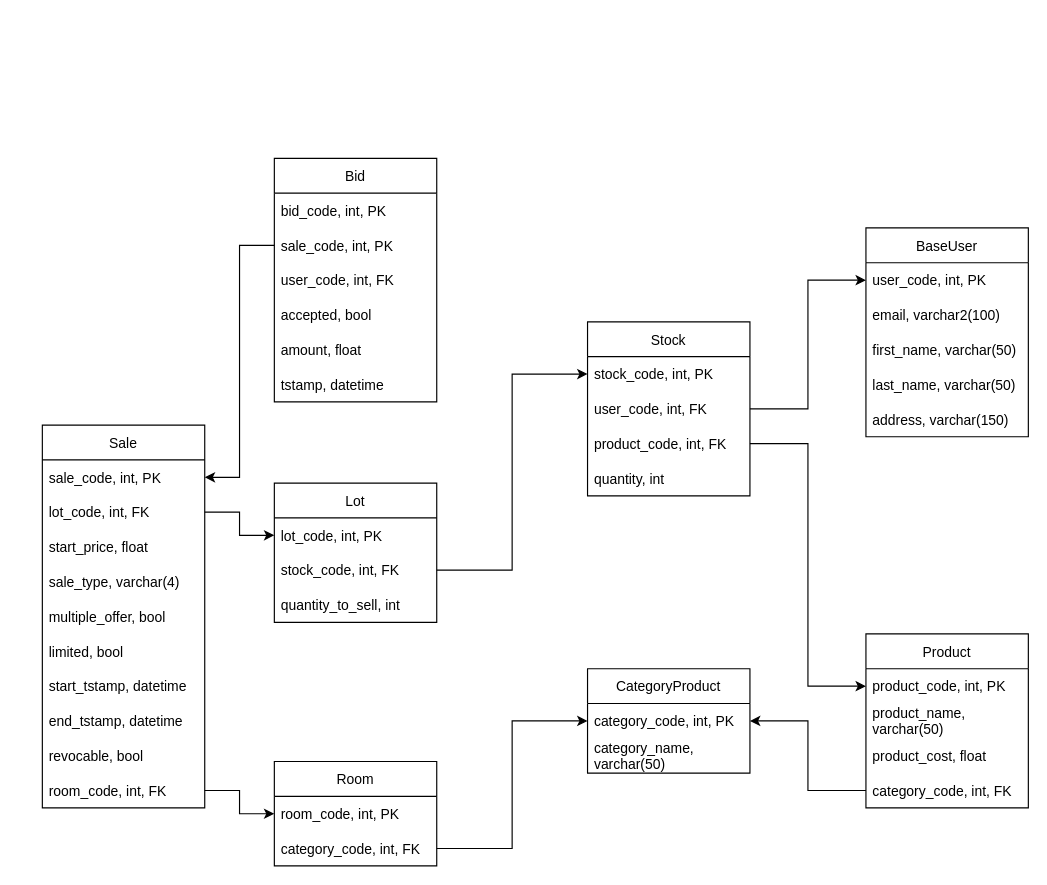
The draw.io diagram Schema_relationnel.drawio in s-kravtsov/DB_Project_2022, before the edit. Source tidied: cells renumbered, new cells numbered last; positions are measured from the earlier drawing's top-left corner, leaving out a move shared by most shapes. Both pictures are drawn from the tidied source at 116%, with x=0, y=0 at pixel (42, 158).
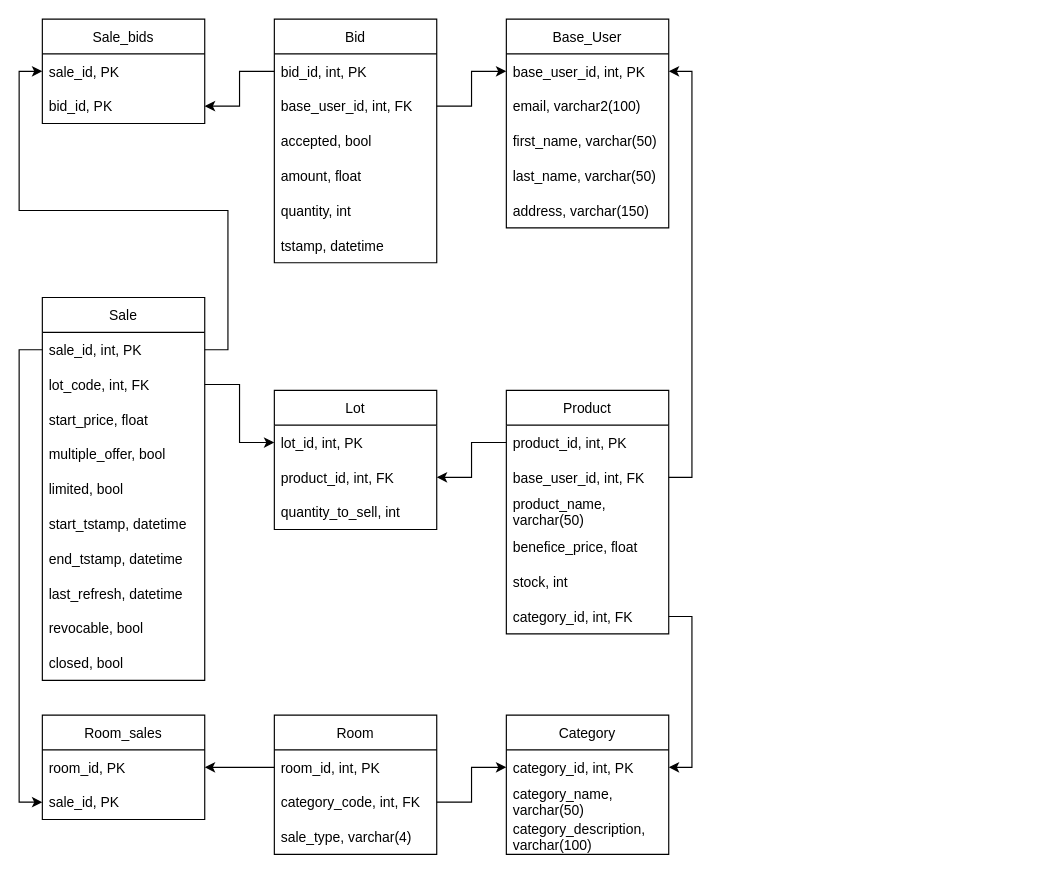
The same page after the edit.

What changed in the source:
```diff
@@
-    <mxCell id="2" value="BaseUser" style="swimlane;fontStyle=0;horizontal=1;startSize=30;" parent="1" vertex="1">
-      <mxGeometry x="710" y="60" width="140" height="180" as="geometry" />
+    <mxCell id="2" value="Base_User" style="swimlane;fontStyle=0;horizontal=1;startSize=30;" parent="1" vertex="1">
+      <mxGeometry x="400" y="-120" width="140" height="180" as="geometry" />
     </mxCell>
-    <mxCell id="3" value="user_code, int, PK" style="text;strokeColor=none;fillColor=none;align=left;verticalAlign=middle;spacingLeft=4;spacingRight=4;overflow=hidden;points=[[0,0.5],[1,0.5]];portConstraint=eastwest;" parent="2" vertex="1">
+    <mxCell id="3" value="base_user_id, int, PK" style="text;strokeColor=none;fillColor=none;align=left;verticalAlign=middle;spacingLeft=4;spacingRight=4;overflow=hidden;points=[[0,0.5],[1,0.5]];portConstraint=eastwest;" parent="2" vertex="1">
       <mxGeometry y="30" width="140" height="30" as="geometry" />
     </mxCell>
@@
     <mxCell id="8" value="Product" style="swimlane;fontStyle=0;horizontal=1;startSize=30;" parent="1" vertex="1">
-      <mxGeometry x="710" y="410" width="140" height="150" as="geometry" />
+      <mxGeometry x="400" y="200" width="140" height="210" as="geometry" />
     </mxCell>
-    <mxCell id="9" value="product_code, int, PK" style="text;strokeColor=none;fillColor=none;align=left;verticalAlign=middle;spacingLeft=4;spacingRight=4;overflow=hidden;points=[[0,0.5],[1,0.5]];portConstraint=eastwest;" parent="8" vertex="1">
+    <mxCell id="9" value="product_id, int, PK" style="text;strokeColor=none;fillColor=none;align=left;verticalAlign=middle;spacingLeft=4;spacingRight=4;overflow=hidden;points=[[0,0.5],[1,0.5]];portConstraint=eastwest;" parent="8" vertex="1">
       <mxGeometry y="30" width="140" height="30" as="geometry" />
     </mxCell>
+    <mxCell id="54" value="base_user_id, int, FK" style="text;strokeColor=none;fillColor=none;align=left;verticalAlign=middle;spacingLeft=4;spacingRight=4;overflow=hidden;points=[[0,0.5],[1,0.5]];portConstraint=eastwest;" parent="8" vertex="1">
+      <mxGeometry y="60" width="140" height="30" as="geometry" />
+    </mxCell>
     <mxCell id="10" value="product_name,&#10;varchar(50)" style="text;strokeColor=none;fillColor=none;align=left;verticalAlign=middle;spacingLeft=4;spacingRight=4;overflow=hidden;" parent="8" vertex="1">
-      <mxGeometry y="60" width="140" height="30" as="geometry" />
+      <mxGeometry y="90" width="140" height="30" as="geometry" />
     </mxCell>
-    <mxCell id="11" value="product_cost, float" style="text;strokeColor=none;fillColor=none;align=left;verticalAlign=middle;spacingLeft=4;spacingRight=4;overflow=hidden;" parent="8" vertex="1">
-      <mxGeometry y="90" width="140" height="30" as="geometry" />
+    <mxCell id="11" value="benefice_price, float" style="text;strokeColor=none;fillColor=none;align=left;verticalAlign=middle;spacingLeft=4;spacingRight=4;overflow=hidden;" parent="8" vertex="1">
+      <mxGeometry y="120" width="140" height="30" as="geometry" />
     </mxCell>
+    <mxCell id="55" value="stock, int" style="text;strokeColor=none;fillColor=none;align=left;verticalAlign=middle;spacingLeft=4;spacingRight=4;overflow=hidden;" parent="8" vertex="1">
+      <mxGeometry y="150" width="140" height="30" as="geometry" />
+    </mxCell>
-    <mxCell id="12" value="category_code, int, FK" style="text;strokeColor=none;fillColor=none;align=left;verticalAlign=middle;spacingLeft=4;spacingRight=4;overflow=hidden;points=[[0,0.5],[1,0.5]];portConstraint=eastwest;" parent="8" vertex="1">
-      <mxGeometry y="120" width="140" height="30" as="geometry" />
+    <mxCell id="12" value="category_id, int, FK" style="text;strokeColor=none;fillColor=none;align=left;verticalAlign=middle;spacingLeft=4;spacingRight=4;overflow=hidden;points=[[0,0.5],[1,0.5]];portConstraint=eastwest;" parent="8" vertex="1">
+      <mxGeometry y="180" width="140" height="30" as="geometry" />
     </mxCell>
-    <mxCell id="13" value="CategoryProduct" style="swimlane;fontStyle=0;horizontal=1;startSize=30;" parent="1" vertex="1">
-      <mxGeometry x="470" y="440" width="140" height="90" as="geometry" />
+    <mxCell id="13" value="Category" style="swimlane;fontStyle=0;horizontal=1;startSize=30;" parent="1" vertex="1">
+      <mxGeometry x="400" y="480" width="140" height="120" as="geometry" />
     </mxCell>
-    <mxCell id="14" value="category_code, int, PK" style="text;strokeColor=none;fillColor=none;align=left;verticalAlign=middle;spacingLeft=4;spacingRight=4;overflow=hidden;points=[[0,0.5],[1,0.5]];portConstraint=eastwest;" parent="13" vertex="1">
+    <mxCell id="14" value="category_id, int, PK" style="text;strokeColor=none;fillColor=none;align=left;verticalAlign=middle;spacingLeft=4;spacingRight=4;overflow=hidden;points=[[0,0.5],[1,0.5]];portConstraint=eastwest;" parent="13" vertex="1">
       <mxGeometry y="30" width="140" height="30" as="geometry" />
     </mxCell>
@@
+    <mxCell id="56" value="category_description,&#10; varchar(100)" style="text;strokeColor=none;fillColor=none;align=left;verticalAlign=middle;spacingLeft=4;spacingRight=4;overflow=hidden;" parent="13" vertex="1">
+      <mxGeometry y="90" width="140" height="30" as="geometry" />
+    </mxCell>
     <mxCell id="16" value="Sale" style="swimlane;fontStyle=0;horizontal=1;startSize=30;" parent="1" vertex="1">
-      <mxGeometry y="230" width="140" height="330" as="geometry" />
+      <mxGeometry y="120" width="140" height="330" as="geometry" />
     </mxCell>
-    <mxCell id="17" value="sale_code, int, PK" style="text;strokeColor=none;fillColor=none;align=left;verticalAlign=middle;spacingLeft=4;spacingRight=4;overflow=hidden;points=[[0,0.5],[1,0.5]];portConstraint=eastwest;" parent="16" vertex="1">
+    <mxCell id="17" value="sale_id, int, PK" style="text;strokeColor=none;fillColor=none;align=left;verticalAlign=middle;spacingLeft=4;spacingRight=4;overflow=hidden;points=[[0,0.5],[1,0.5]];portConstraint=eastwest;" parent="16" vertex="1">
       <mxGeometry y="30" width="140" height="30" as="geometry" />
     </mxCell>
@@
-    <mxCell id="20" value="sale_type, varchar(4)" style="text;strokeColor=none;fillColor=none;align=left;verticalAlign=middle;spacingLeft=4;spacingRight=4;overflow=hidden;" parent="16" vertex="1">
-      <mxGeometry y="120" width="140" height="30" as="geometry" />
-    </mxCell>
     <mxCell id="21" value="multiple_offer, bool" style="text;strokeColor=none;fillColor=none;align=left;verticalAlign=middle;spacingLeft=4;spacingRight=4;overflow=hidden;" parent="16" vertex="1">
-      <mxGeometry y="150" width="140" height="30" as="geometry" />
+      <mxGeometry y="120" width="140" height="30" as="geometry" />
     </mxCell>
     <mxCell id="22" value="limited, bool" style="text;strokeColor=none;fillColor=none;align=left;verticalAlign=middle;spacingLeft=4;spacingRight=4;overflow=hidden;" parent="16" vertex="1">
-      <mxGeometry y="180" width="140" height="30" as="geometry" />
+      <mxGeometry y="150" width="140" height="30" as="geometry" />
     </mxCell>
     <mxCell id="23" value="start_tstamp, datetime" style="text;strokeColor=none;fillColor=none;align=left;verticalAlign=middle;spacingLeft=4;spacingRight=4;overflow=hidden;" parent="16" vertex="1">
-      <mxGeometry y="210" width="140" height="30" as="geometry" />
+      <mxGeometry y="180" width="140" height="30" as="geometry" />
     </mxCell>
     <mxCell id="24" value="end_tstamp, datetime" style="text;strokeColor=none;fillColor=none;align=left;verticalAlign=middle;spacingLeft=4;spacingRight=4;overflow=hidden;" parent="16" vertex="1">
-      <mxGeometry y="240" width="140" height="30" as="geometry" />
+      <mxGeometry y="210" width="140" height="30" as="geometry" />
     </mxCell>
+    <mxCell id="57" value="last_refresh, datetime" style="text;strokeColor=none;fillColor=none;align=left;verticalAlign=middle;spacingLeft=4;spacingRight=4;overflow=hidden;" parent="16" vertex="1">
+      <mxGeometry y="240" width="140" height="30" as="geometry" />
+    </mxCell>
@@
-    <mxCell id="26" value="room_code, int, FK" style="text;strokeColor=none;fillColor=none;align=left;verticalAlign=middle;spacingLeft=4;spacingRight=4;overflow=hidden;points=[[0,0.5],[1,0.5]];portConstraint=eastwest;" parent="16" vertex="1">
-      <mxGeometry y="300" width="140" height="30" as="geometry" />
-    </mxCell>
+    <mxCell id="58" value="closed, bool" style="text;strokeColor=none;fillColor=none;align=left;verticalAlign=middle;spacingLeft=4;spacingRight=4;overflow=hidden;" parent="16" vertex="1">
+      <mxGeometry y="300" width="140" height="30" as="geometry" />
+    </mxCell>
     <mxCell id="27" value="Bid" style="swimlane;fontStyle=0;horizontal=1;startSize=30;" parent="1" vertex="1">
-      <mxGeometry x="200" width="140" height="210" as="geometry" />
+      <mxGeometry x="200" y="-120" width="140" height="210" as="geometry" />
     </mxCell>
-    <mxCell id="28" value="bid_code, int, PK" style="text;strokeColor=none;fillColor=none;align=left;verticalAlign=middle;spacingLeft=4;spacingRight=4;overflow=hidden;points=[[0,0.5],[1,0.5]];portConstraint=eastwest;" parent="27" vertex="1">
+    <mxCell id="28" value="bid_id, int, PK" style="text;strokeColor=none;fillColor=none;align=left;verticalAlign=middle;spacingLeft=4;spacingRight=4;overflow=hidden;points=[[0,0.5],[1,0.5]];portConstraint=eastwest;" parent="27" vertex="1">
       <mxGeometry y="30" width="140" height="30" as="geometry" />
     </mxCell>
-    <mxCell id="29" value="sale_code, int, PK" style="text;strokeColor=none;fillColor=none;align=left;verticalAlign=middle;spacingLeft=4;spacingRight=4;overflow=hidden;points=[[0,0.5],[1,0.5]];portConstraint=eastwest;" parent="27" vertex="1">
-      <mxGeometry y="60" width="140" height="30" as="geometry" />
-    </mxCell>
-    <mxCell id="30" value="user_code, int, FK" style="text;strokeColor=none;fillColor=none;align=left;verticalAlign=middle;spacingLeft=4;spacingRight=4;overflow=hidden;points=[[0,0.5],[1,0.5]];portConstraint=eastwest;" parent="27" vertex="1">
-      <mxGeometry y="90" width="140" height="30" as="geometry" />
+    <mxCell id="30" value="base_user_id, int, FK" style="text;strokeColor=none;fillColor=none;align=left;verticalAlign=middle;spacingLeft=4;spacingRight=4;overflow=hidden;points=[[0,0.5],[1,0.5]];portConstraint=eastwest;" parent="27" vertex="1">
+      <mxGeometry y="60" width="140" height="30" as="geometry" />
     </mxCell>
     <mxCell id="31" value="accepted, bool" style="text;strokeColor=none;fillColor=none;align=left;verticalAlign=middle;spacingLeft=4;spacingRight=4;overflow=hidden;" parent="27" vertex="1">
-      <mxGeometry y="120" width="140" height="30" as="geometry" />
+      <mxGeometry y="90" width="140" height="30" as="geometry" />
     </mxCell>
     <mxCell id="32" value="amount, float" style="text;strokeColor=none;fillColor=none;align=left;verticalAlign=middle;spacingLeft=4;spacingRight=4;overflow=hidden;" parent="27" vertex="1">
-      <mxGeometry y="150" width="140" height="30" as="geometry" />
+      <mxGeometry y="120" width="140" height="30" as="geometry" />
     </mxCell>
+    <mxCell id="49" value="quantity, int" style="text;strokeColor=none;fillColor=none;align=left;verticalAlign=middle;spacingLeft=4;spacingRight=4;overflow=hidden;" parent="27" vertex="1">
+      <mxGeometry y="150" width="140" height="30" as="geometry" />
+    </mxCell>
@@
     <mxCell id="34" value="Lot" style="swimlane;fontStyle=0;horizontal=1;startSize=30;" parent="1" vertex="1">
-      <mxGeometry x="200" y="280" width="140" height="120" as="geometry" />
+      <mxGeometry x="200" y="200" width="140" height="120" as="geometry" />
     </mxCell>
-    <mxCell id="35" value="lot_code, int, PK" style="text;strokeColor=none;fillColor=none;align=left;verticalAlign=middle;spacingLeft=4;spacingRight=4;overflow=hidden;points=[[0,0.5],[1,0.5]];portConstraint=eastwest;" parent="34" vertex="1">
+    <mxCell id="35" value="lot_id, int, PK" style="text;strokeColor=none;fillColor=none;align=left;verticalAlign=middle;spacingLeft=4;spacingRight=4;overflow=hidden;points=[[0,0.5],[1,0.5]];portConstraint=eastwest;" parent="34" vertex="1">
       <mxGeometry y="30" width="140" height="30" as="geometry" />
     </mxCell>
-    <mxCell id="36" value="stock_code, int, FK" style="text;strokeColor=none;fillColor=none;align=left;verticalAlign=middle;spacingLeft=4;spacingRight=4;overflow=hidden;points=[[0,0.5],[1,0.5]];portConstraint=eastwest;" parent="34" vertex="1">
+    <mxCell id="36" value="product_id, int, FK" style="text;strokeColor=none;fillColor=none;align=left;verticalAlign=middle;spacingLeft=4;spacingRight=4;overflow=hidden;points=[[0,0.5],[1,0.5]];portConstraint=eastwest;" parent="34" vertex="1">
       <mxGeometry y="60" width="140" height="30" as="geometry" />
     </mxCell>
@@
     <mxCell id="38" value="Room" style="swimlane;fontStyle=0;horizontal=1;startSize=30;" parent="1" vertex="1">
-      <mxGeometry x="200" y="520" width="140" height="90" as="geometry" />
+      <mxGeometry x="200" y="480" width="140" height="120" as="geometry" />
     </mxCell>
-    <mxCell id="39" value="room_code, int, PK" style="text;strokeColor=none;fillColor=none;align=left;verticalAlign=middle;spacingLeft=4;spacingRight=4;overflow=hidden;points=[[0,0.5],[1,0.5]];portConstraint=eastwest;" parent="38" vertex="1">
+    <mxCell id="39" value="room_id, int, PK" style="text;strokeColor=none;fillColor=none;align=left;verticalAlign=middle;spacingLeft=4;spacingRight=4;overflow=hidden;points=[[0,0.5],[1,0.5]];portConstraint=eastwest;" parent="38" vertex="1">
       <mxGeometry y="30" width="140" height="30" as="geometry" />
     </mxCell>
@@
-    <mxCell id="41" style="edgeStyle=orthogonalEdgeStyle;rounded=0;jettySize=auto;html=1;exitX=1;exitY=0.5;exitDx=0;exitDy=0;entryX=0;entryY=0.5;entryDx=0;entryDy=0;" parent="1" edge="1" source="26" target="39">
-      <mxGeometry relative="1" as="geometry" />
-    </mxCell>
-    <mxCell id="42" style="edgeStyle=orthogonalEdgeStyle;rounded=0;jettySize=auto;html=1;exitX=0;exitY=0.5;exitDx=0;exitDy=0;entryX=1;entryY=0.5;entryDx=0;entryDy=0;" parent="1" edge="1" source="29" target="17">
-      <mxGeometry relative="1" as="geometry" />
-    </mxCell>
+    <mxCell id="20" value="sale_type, varchar(4)" style="text;strokeColor=none;fillColor=none;align=left;verticalAlign=middle;spacingLeft=4;spacingRight=4;overflow=hidden;" parent="38" vertex="1">
+      <mxGeometry y="90" width="140" height="30" as="geometry" />
+    </mxCell>
@@
-    <mxCell id="45" value="Stock" style="swimlane;fontStyle=0;horizontal=1;startSize=30;" parent="1" vertex="1">
-      <mxGeometry x="470" y="141" width="140" height="150" as="geometry" />
-    </mxCell>
-    <mxCell id="46" value="stock_code, int, PK" style="text;strokeColor=none;fillColor=none;align=left;verticalAlign=middle;spacingLeft=4;spacingRight=4;overflow=hidden;points=[[0,0.5],[1,0.5]];portConstraint=eastwest;" parent="45" vertex="1">
-      <mxGeometry y="30" width="140" height="30" as="geometry" />
-    </mxCell>
-    <mxCell id="47" value="user_code, int, FK" style="text;strokeColor=none;fillColor=none;align=left;verticalAlign=middle;spacingLeft=4;spacingRight=4;overflow=hidden;points=[[0,0.5],[1,0.5]];portConstraint=eastwest;" parent="45" vertex="1">
-      <mxGeometry y="60" width="140" height="30" as="geometry" />
-    </mxCell>
-    <mxCell id="48" value="product_code, int, FK" style="text;strokeColor=none;fillColor=none;align=left;verticalAlign=middle;spacingLeft=4;spacingRight=4;overflow=hidden;points=[[0,0.5],[1,0.5]];portConstraint=eastwest;" parent="45" vertex="1">
-      <mxGeometry y="90" width="140" height="30" as="geometry" />
-    </mxCell>
-    <mxCell id="49" value="quantity, int" style="text;strokeColor=none;fillColor=none;align=left;verticalAlign=middle;spacingLeft=4;spacingRight=4;overflow=hidden;" parent="45" vertex="1">
-      <mxGeometry y="120" width="140" height="30" as="geometry" />
-    </mxCell>
-    <mxCell id="50" style="edgeStyle=orthogonalEdgeStyle;rounded=0;jettySize=auto;html=1;exitX=1;exitY=0.5;exitDx=0;exitDy=0;entryX=0;entryY=0.5;entryDx=0;entryDy=0;" parent="1" edge="1" source="48" target="9">
-      <mxGeometry relative="1" as="geometry" />
-    </mxCell>
+    <mxCell id="59" value="Room_sales" style="swimlane;fontStyle=0;horizontal=1;startSize=30;" parent="1" vertex="1">
+      <mxGeometry y="480" width="140" height="90" as="geometry" />
+    </mxCell>
+    <mxCell id="60" value="room_id, PK" style="text;strokeColor=none;fillColor=none;align=left;verticalAlign=middle;spacingLeft=4;spacingRight=4;overflow=hidden;" parent="59" vertex="1">
+      <mxGeometry y="30" width="140" height="30" as="geometry" />
+    </mxCell>
+    <mxCell id="61" value="sale_id, PK" style="text;strokeColor=none;fillColor=none;align=left;verticalAlign=middle;spacingLeft=4;spacingRight=4;overflow=hidden;points=[[0,0.5],[1,0.5]];portConstraint=eastwest;" parent="59" vertex="1">
+      <mxGeometry y="60" width="140" height="30" as="geometry" />
+    </mxCell>
+    <mxCell id="62" style="edgeStyle=orthogonalEdgeStyle;rounded=0;jettySize=auto;html=1;exitX=0;exitY=0.5;exitDx=0;exitDy=0;entryX=1;entryY=0.5;entryDx=0;entryDy=0;" parent="1" edge="1" source="39" target="59">
+      <mxGeometry relative="1" as="geometry" />
+    </mxCell>
+    <mxCell id="63" value="Sale_bids" style="swimlane;fontStyle=0;horizontal=1;startSize=30;" parent="1" vertex="1">
+      <mxGeometry y="-120" width="140" height="90" as="geometry" />
+    </mxCell>
+    <mxCell id="64" value="sale_id, PK" style="text;strokeColor=none;fillColor=none;align=left;verticalAlign=middle;spacingLeft=4;spacingRight=4;overflow=hidden;points=[[0,0.5],[1,0.5]];portConstraint=eastwest;" parent="63" vertex="1">
+      <mxGeometry y="30" width="140" height="30" as="geometry" />
+    </mxCell>
+    <mxCell id="65" value="bid_id, PK" style="text;strokeColor=none;fillColor=none;align=left;verticalAlign=middle;spacingLeft=4;spacingRight=4;overflow=hidden;points=[[0,0.5],[1,0.5]];portConstraint=eastwest;" parent="63" vertex="1">
+      <mxGeometry y="60" width="140" height="30" as="geometry" />
+    </mxCell>
+    <mxCell id="66" style="edgeStyle=orthogonalEdgeStyle;rounded=0;jettySize=auto;html=1;exitX=1;exitY=0.5;exitDx=0;exitDy=0;entryX=0;entryY=0.5;entryDx=0;entryDy=0;" parent="1" edge="1" source="17" target="64">
+      <mxGeometry relative="1" as="geometry" />
+    </mxCell>
+    <mxCell id="67" style="edgeStyle=orthogonalEdgeStyle;rounded=0;jettySize=auto;html=1;exitX=0;exitY=0.5;exitDx=0;exitDy=0;entryX=1;entryY=0.5;entryDx=0;entryDy=0;" parent="1" edge="1" source="28" target="65">
+      <mxGeometry relative="1" as="geometry" />
+    </mxCell>
+    <mxCell id="68" style="edgeStyle=orthogonalEdgeStyle;rounded=0;jettySize=auto;html=1;exitX=0;exitY=0.5;exitDx=0;exitDy=0;entryX=1;entryY=0.5;entryDx=0;entryDy=0;" parent="1" edge="1" source="9" target="36">
+      <mxGeometry relative="1" as="geometry" />
+    </mxCell>
+    <mxCell id="69" style="edgeStyle=orthogonalEdgeStyle;rounded=0;jettySize=auto;html=1;exitX=1;exitY=0.5;exitDx=0;exitDy=0;entryX=0;entryY=0.5;entryDx=0;entryDy=0;" parent="1" edge="1" source="30" target="3">
+      <mxGeometry relative="1" as="geometry" />
+    </mxCell>
+    <mxCell id="70" style="edgeStyle=orthogonalEdgeStyle;rounded=0;jettySize=auto;html=1;exitX=0;exitY=0.5;exitDx=0;exitDy=0;entryX=0;entryY=0.5;entryDx=0;entryDy=0;" parent="1" edge="1" source="17" target="61">
+      <mxGeometry relative="1" as="geometry">
+        <Array as="points">
+          <mxPoint x="-20" y="165" />
+          <mxPoint x="-20" y="555" />
+        </Array>
+      </mxGeometry>
+    </mxCell>
+    <mxCell id="71" style="edgeStyle=orthogonalEdgeStyle;rounded=0;jettySize=auto;html=1;exitX=1;exitY=0.5;exitDx=0;exitDy=0;" parent="1" edge="1" source="54" target="3">
+      <mxGeometry relative="1" as="geometry" />
+    </mxCell>
-    <mxCell id="51" style="edgeStyle=orthogonalEdgeStyle;rounded=0;jettySize=auto;html=1;exitX=0;exitY=0.5;exitDx=0;exitDy=0;entryX=1;entryY=0.5;entryDx=0;entryDy=0;" parent="1" edge="1" source="12" target="14">
+    <mxCell id="51" style="edgeStyle=orthogonalEdgeStyle;rounded=0;jettySize=auto;html=1;exitX=1;exitY=0.5;exitDx=0;exitDy=0;entryX=1;entryY=0.5;entryDx=0;entryDy=0;" parent="1" edge="1" source="12" target="14">
       <mxGeometry relative="1" as="geometry" />
     </mxCell>
-    <mxCell id="52" style="edgeStyle=orthogonalEdgeStyle;rounded=0;jettySize=auto;html=1;exitX=1;exitY=0.5;exitDx=0;exitDy=0;entryX=0;entryY=0.5;entryDx=0;entryDy=0;" parent="1" edge="1" source="47" target="3">
-      <mxGeometry relative="1" as="geometry" />
-    </mxCell>
-    <mxCell id="53" style="edgeStyle=orthogonalEdgeStyle;rounded=0;jettySize=auto;html=1;exitX=1;exitY=0.5;exitDx=0;exitDy=0;entryX=0;entryY=0.5;entryDx=0;entryDy=0;" parent="1" edge="1" source="36" target="46">
-      <mxGeometry relative="1" as="geometry" />
-    </mxCell>
```
